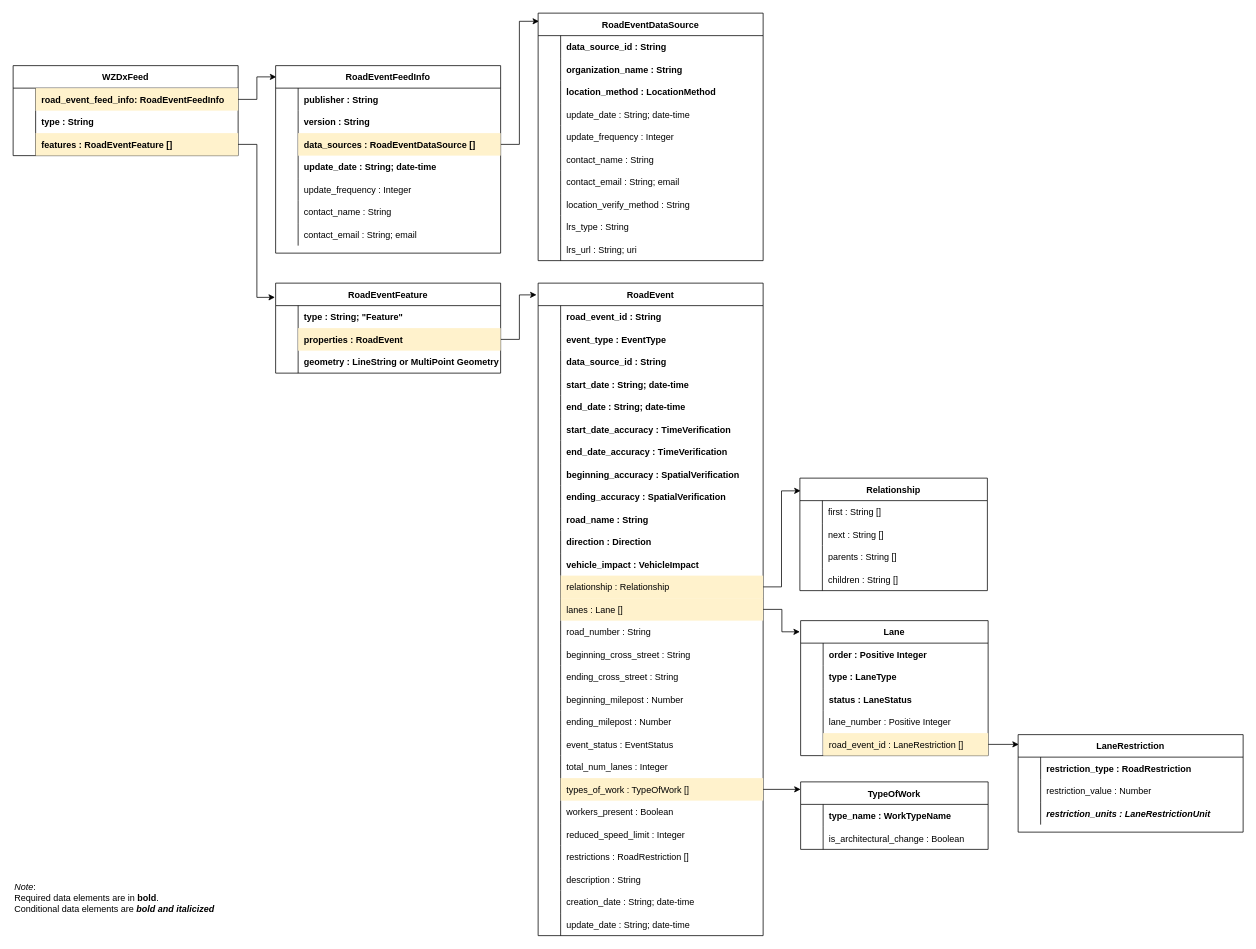
Above: images/wzdx_object_diagram.drawio in usdot-jpo-ode/wzdx (draw.io), before the change. Source tidied: cells renumbered, new cells numbered last; positions are measured from the earlier drawing's top-left corner, leaving out a move shared by most shapes. Both pictures are drawn from the tidied source at 75%, with x=0, y=0 at pixel (13, 13).
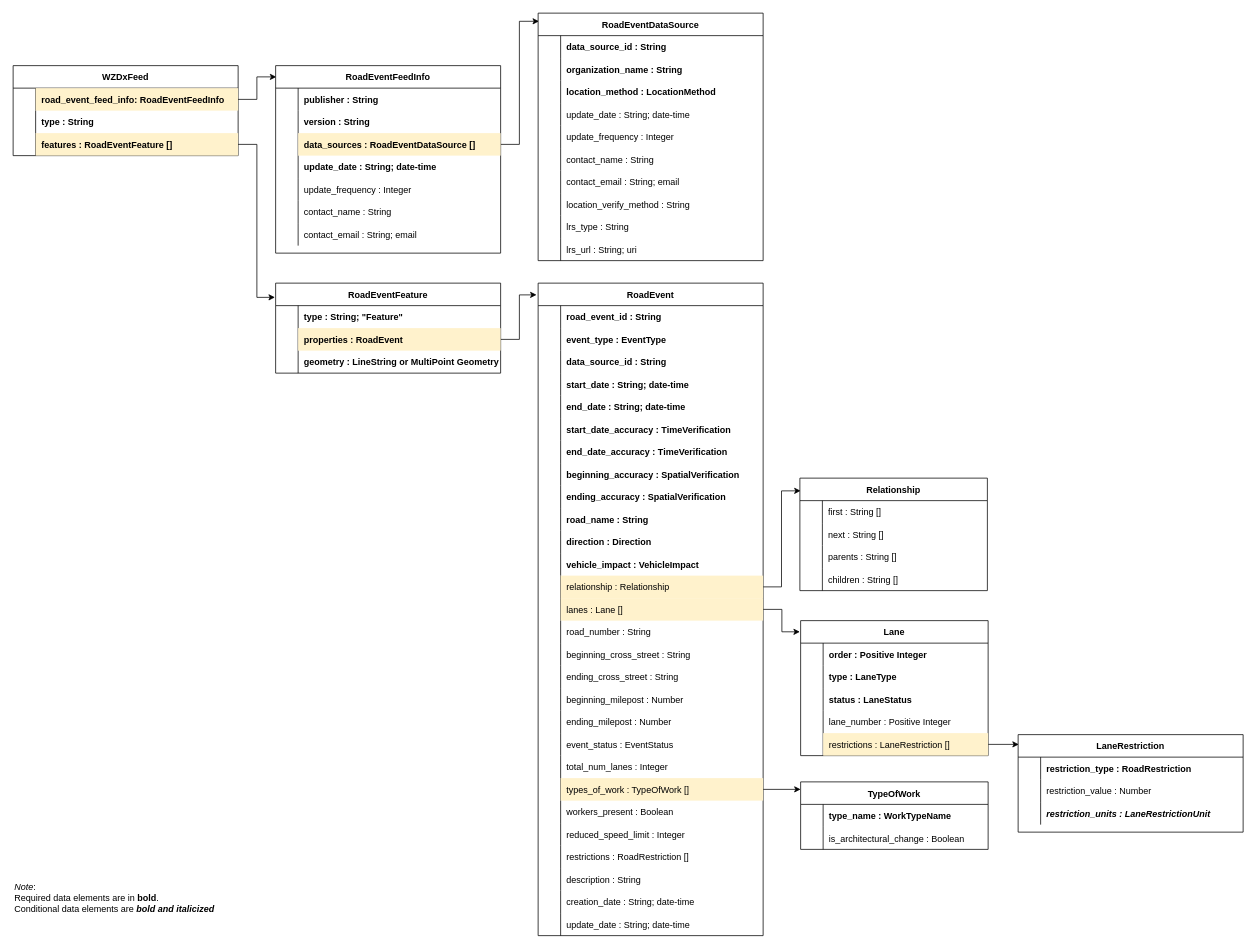
Above is the later version.

Commit message (it also covers changes not shown here):
Fix diagram road_event_id to restrictions

The change refers to these unchanged cells:
```xml
<mxCell id="195" style="shape=partialRectangle;fillColor=none;points=[[0,0.5],[1,0.5]];portConstraint=eastwest;top=0;left=0;right=0;bottom=0;" parent="182" vertex="1">
  <mxGeometry y="150" width="250" height="30" as="geometry" />
</mxCell>
```

What changed in the source:
```diff
@@
-    <mxCell id="197" value="road_event_id : LaneRestriction []" style="shape=partialRectangle;overflow=hidden;fillColor=#fff2cc;top=0;left=0;bottom=0;right=0;align=left;spacingLeft=6;fontStyle=0;strokeColor=#d6b656;" parent="195" vertex="1">
+    <mxCell id="197" value="restrictions : LaneRestriction []" style="shape=partialRectangle;overflow=hidden;fillColor=#fff2cc;top=0;left=0;bottom=0;right=0;align=left;spacingLeft=6;fontStyle=0;strokeColor=#d6b656;" parent="195" vertex="1">
       <mxGeometry x="30" width="220" height="30" as="geometry" />
     </mxCell>
```
